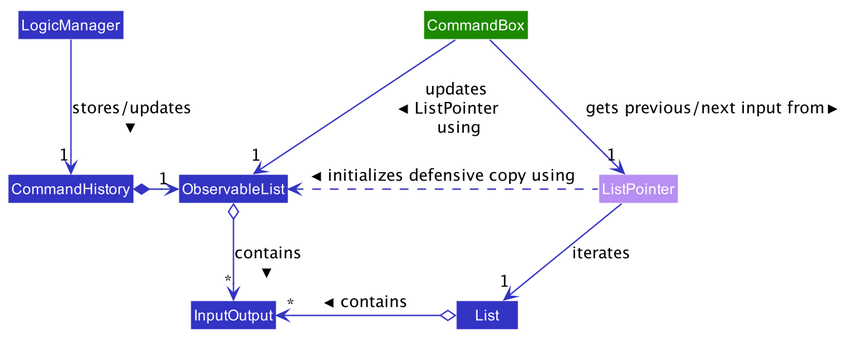
Before: docs/images/CycleCommandHistoryClassDiagram.png, a diagram exported from PlantUML (nus-cs2103-AY1920S1/addressbook-level3).
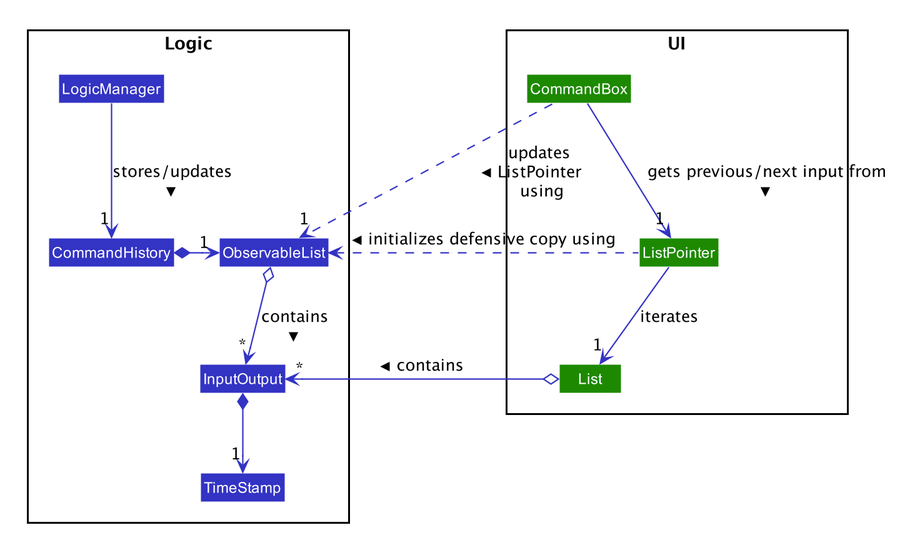
After the commit.

Diff of the diagram source:
```diff
@@ -1,5 +1,4 @@
 @startuml
-
 
 
 
@@ -51,18 +50,32 @@
 skinparam arrowThickness 1.1
 skinparam arrowColor #3333C4
 skinparam classBackgroundColor #3333C4
-class ListPointer #B88FF2
+
+
+package UI <<Rectangle>>{
 class CommandBox #1D8900
+class ListPointer #1D8900
+class List #1D8900
+}
+
+package Logic <<Rectangle>>{
+class LogicManager
+class CommandHistory
+class ObservableList
+class InputOutput
+class TimeStamp
+}
 
 LogicManager -down-> "1" CommandHistory: "stores/updates >"
 CommandHistory *-right-> "1" ObservableList
 ObservableList o-down-> "*" InputOutput : "contains >"
 InputOutput -up[hidden]-> CommandHistory
 ListPointer .left.> ObservableList: "initializes defensive copy using >"
-ListPointer --> "1" List : "iterates"
+ListPointer -down-> "1" List : "iterates"
 List o-left-> "*" InputOutput: "contains >"
+InputOutput *-down-> "1" TimeStamp
 
 CommandBox -down-> "1" ListPointer : "gets previous/next input from >"
-CommandBox -down-> "1" ObservableList : "updates \nListPointer \nusing >"
+CommandBox .down.> "1" ObservableList : "updates \nListPointer \nusing >"
 
 @enduml
```
